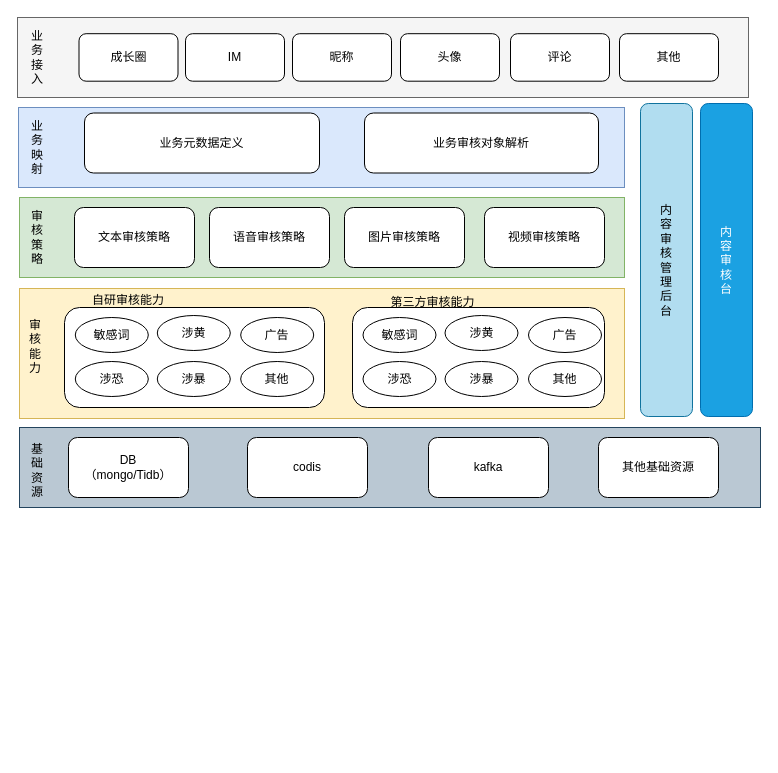
Earlier version of the draw.io diagram page "内容安全架构" (12 of 12) of 系统架构0.drawio (joeytang/imgs). Source tidied: cells renumbered, new cells numbered last; positions are measured from the earlier drawing's top-left corner, leaving out a move shared by most shapes. Both pictures are drawn from the tidied source at 100%, with x=0, y=0 at pixel (17, 17).
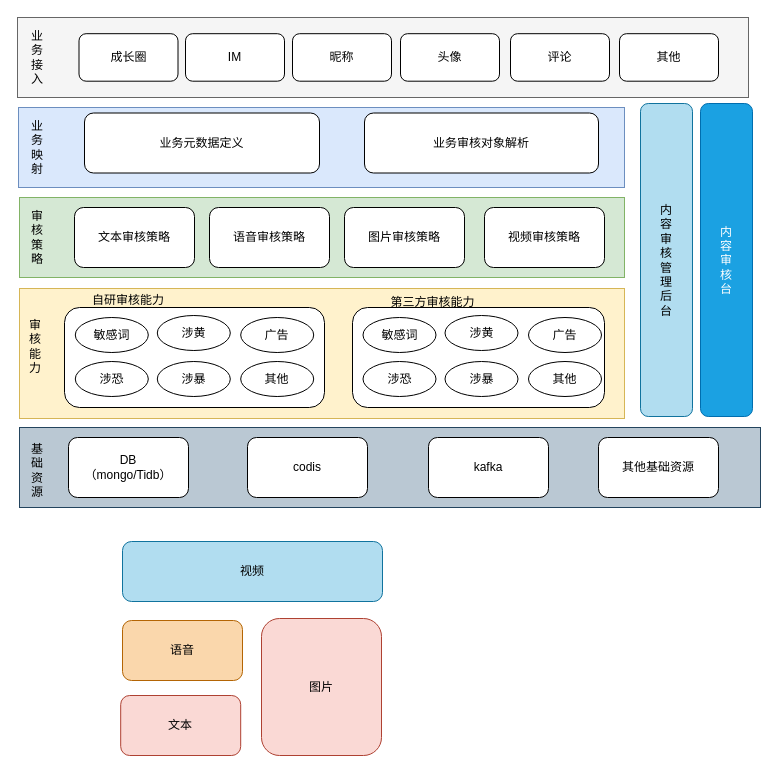
The same page after the edit.

What changed in the source:
```diff
@@
+    <mxCell id="46" value="文本" style="rounded=1;whiteSpace=wrap;html=1;fillColor=#fad9d5;strokeColor=#ae4132;" parent="1" vertex="1">
+      <mxGeometry x="103.2" y="678" width="120" height="60" as="geometry" />
+    </mxCell>
+    <mxCell id="47" value="图片" style="rounded=1;whiteSpace=wrap;html=1;fillColor=#fad9d5;strokeColor=#ae4132;" parent="1" vertex="1">
+      <mxGeometry x="244" y="601" width="120" height="137" as="geometry" />
+    </mxCell>
+    <mxCell id="48" value="视频" style="rounded=1;whiteSpace=wrap;html=1;fillColor=#b1ddf0;strokeColor=#10739e;" parent="1" vertex="1">
+      <mxGeometry x="105" y="524" width="260" height="60" as="geometry" />
+    </mxCell>
+    <mxCell id="49" value="语音" style="rounded=1;whiteSpace=wrap;html=1;fillColor=#fad7ac;strokeColor=#b46504;" parent="1" vertex="1">
+      <mxGeometry x="105" y="603" width="120" height="60" as="geometry" />
+    </mxCell>
```
